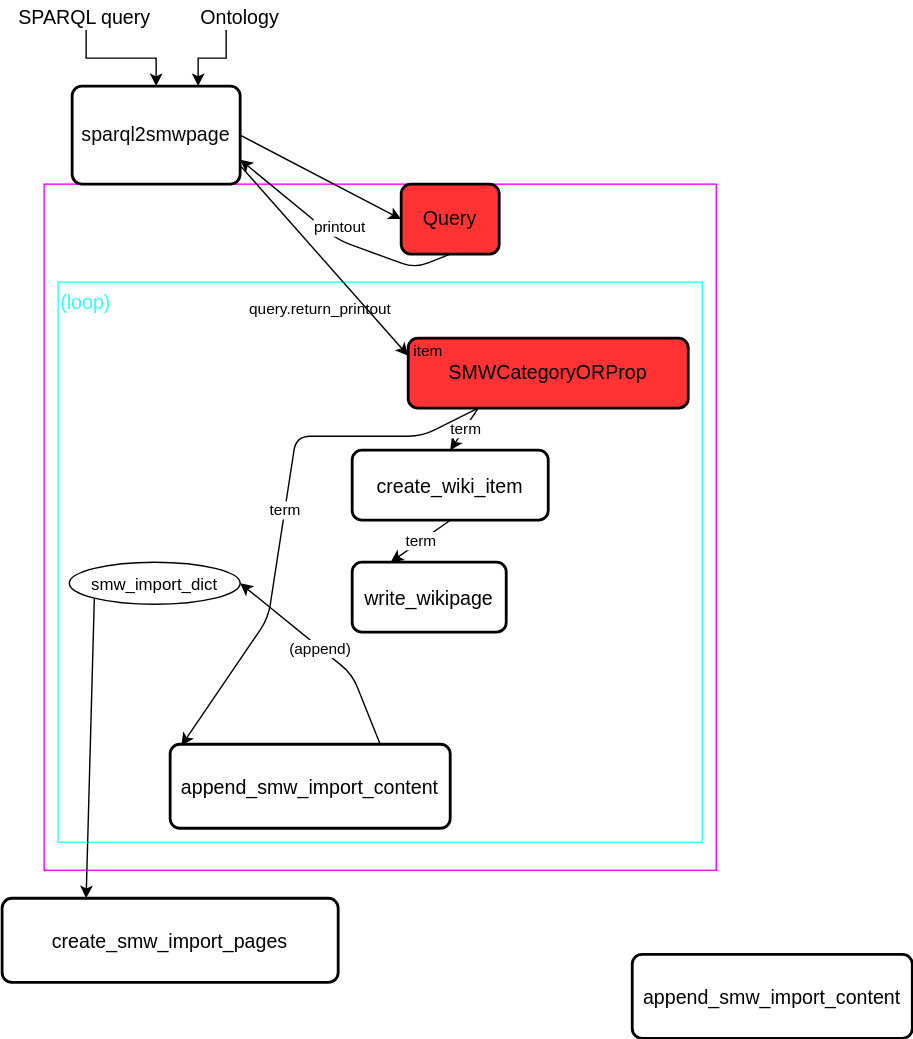
Earlier version of the draw.io export docs/flow_diagram.svg (andrecastro0o/ontology2smw). Source tidied: cells renumbered, new cells last; positions are measured from the earlier drawing's top-left corner, leaving out a move shared by most shapes.
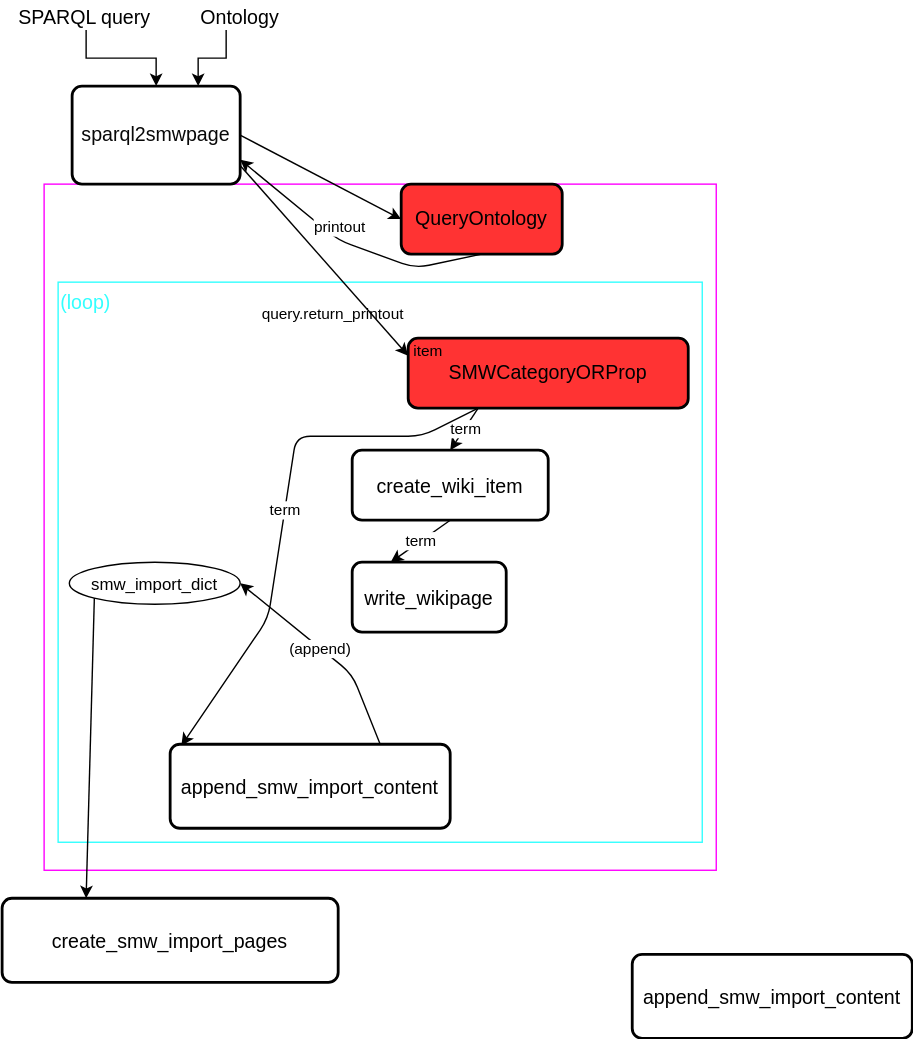
Later version of the same file.

The edit, as a diff of the source:
```diff
@@ -23,8 +23,8 @@
     <mxCell id="8" value="&lt;font style=&quot;font-size: 14px&quot;&gt;Ontology&lt;br&gt;&lt;/font&gt;" style="text;html=1;strokeColor=none;fillColor=none;align=left;verticalAlign=middle;whiteSpace=wrap;rounded=0;fontSize=18;" parent="1" vertex="1">
       <mxGeometry x="140" width="40" height="20" as="geometry" />
     </mxCell>
-    <mxCell id="9" value="&lt;span style=&quot;&quot;&gt;Query&lt;/span&gt;" style="rounded=1;whiteSpace=wrap;html=1;absoluteArcSize=1;arcSize=14;strokeWidth=2;fontSize=14;align=center;labelBackgroundColor=none;fillColor=#FF3333;" parent="1" vertex="1">
-      <mxGeometry x="285" y="130" width="70" height="50" as="geometry" />
+    <mxCell id="9" value="QueryOntology" style="rounded=1;whiteSpace=wrap;html=1;absoluteArcSize=1;arcSize=14;strokeWidth=2;fontSize=14;align=center;labelBackgroundColor=none;fillColor=#FF3333;" parent="1" vertex="1">
+      <mxGeometry x="285" y="130" width="115" height="50" as="geometry" />
     </mxCell>
     <mxCell id="10" style="endArrow=classic;html=1;fontSize=14;exitX=1;exitY=0.5;exitDx=0;exitDy=0;entryX=0;entryY=0.5;entryDx=0;entryDy=0;" parent="1" edge="1" source="4" target="9">
       <mxGeometry relative="1" as="geometry" />
```
